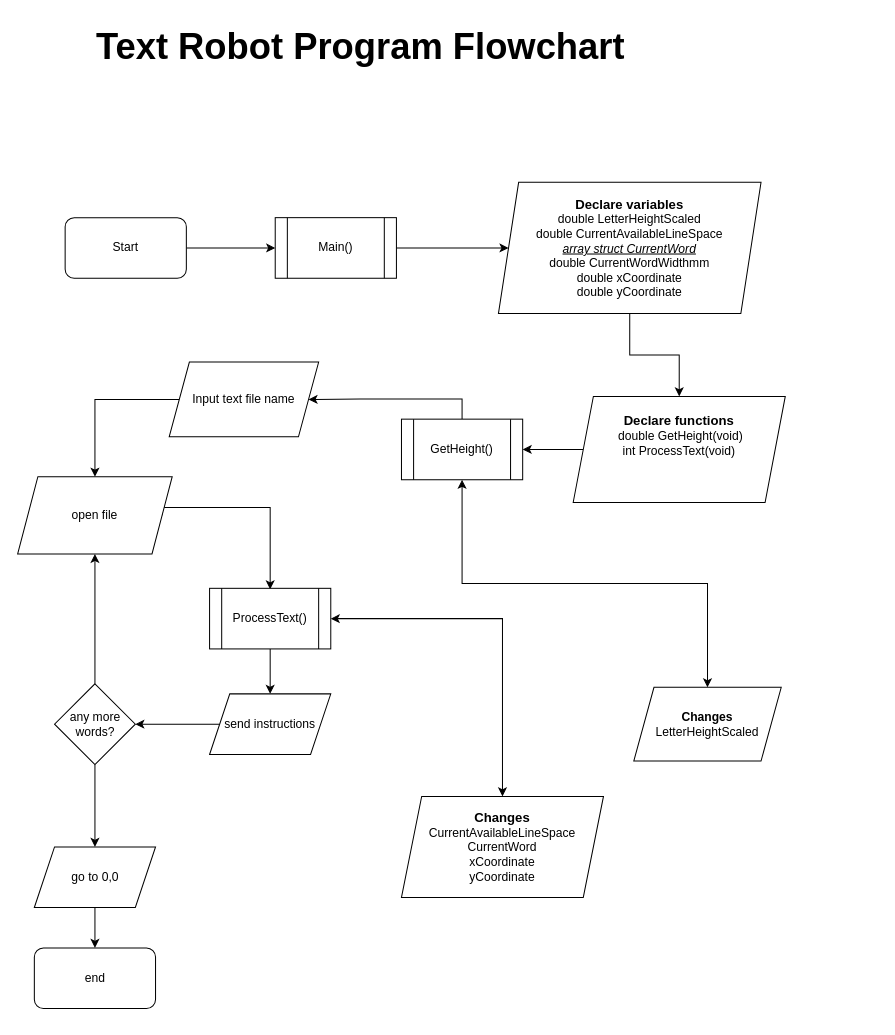
Before: page "Page-1" (1 of 2) of TextRobotFlowchart.drawio in hanifadelekan/TextRobotPlanning, a draw.io diagram. Source tidied: cells renumbered, new cells numbered last; positions are measured from the earlier drawing's top-left corner, leaving out a move shared by most shapes. Both pictures are drawn from the tidied source at 101%, with x=0, y=0 at pixel (17, 17).
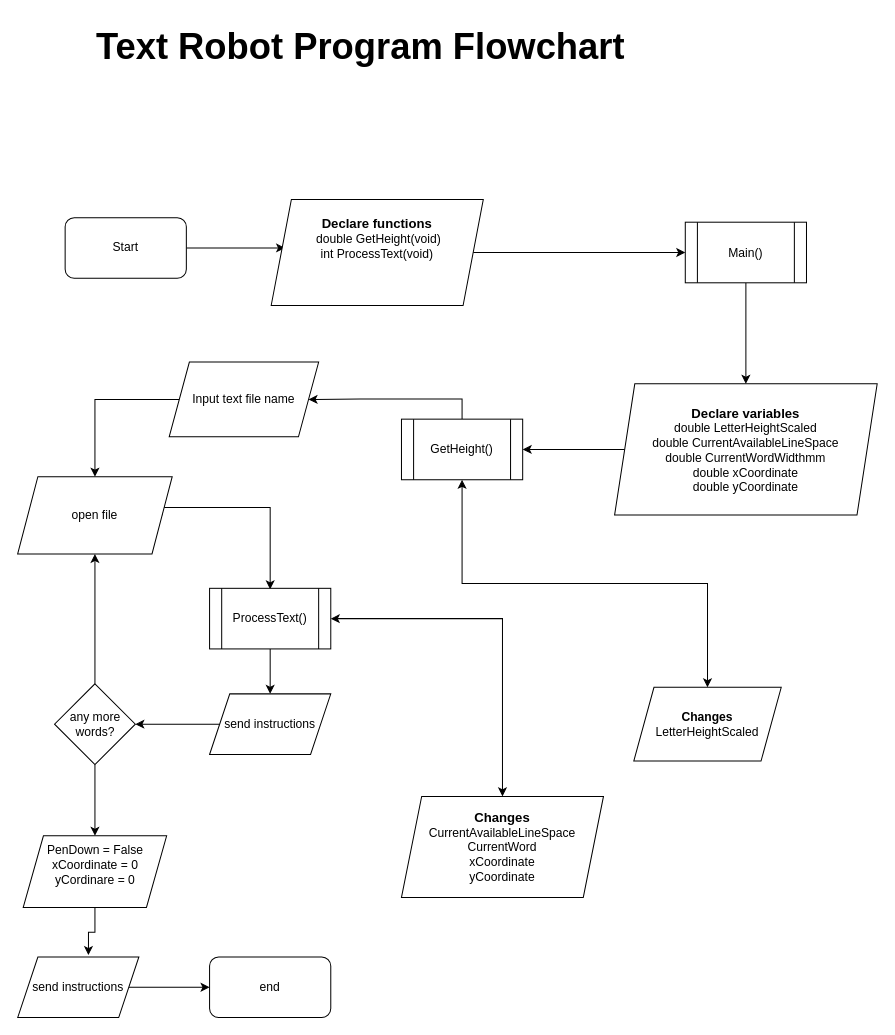
Above is the later version.

The change refers to these unchanged cells:
```xml
<mxCell id="3" value="Start" style="rounded=1;whiteSpace=wrap;html=1;" parent="1" vertex="1">
  <mxGeometry x="47" y="198" width="120" height="60" as="geometry" />
</mxCell>
<mxCell id="12" value="GetHeight()" style="shape=process;whiteSpace=wrap;html=1;backgroundOutline=1;" parent="1" vertex="1">
  <mxGeometry x="380" y="397.5" width="120" height="60" as="geometry" />
</mxCell>
```

Change to the diagram source:
```diff
@@
-    <mxCell id="2" style="edgeStyle=orthogonalEdgeStyle;rounded=0;jettySize=auto;html=1;exitX=1;exitY=0.5;exitDx=0;exitDy=0;entryX=0;entryY=0.5;entryDx=0;entryDy=0;" parent="1" edge="1" source="3" target="5">
-      <mxGeometry relative="1" as="geometry" />
+    <mxCell id="2" style="edgeStyle=orthogonalEdgeStyle;rounded=0;jettySize=auto;html=1;exitX=1;exitY=0.5;exitDx=0;exitDy=0;entryX=0;entryY=0.5;entryDx=0;entryDy=0;" parent="1" edge="1" source="3">
+      <mxGeometry relative="1" as="geometry">
+        <mxPoint x="264.8" y="228" as="targetPoint" />
+      </mxGeometry>
     </mxCell>
@@
-    <mxCell id="4" style="edgeStyle=orthogonalEdgeStyle;rounded=0;jettySize=auto;html=1;exitX=1;exitY=0.5;exitDx=0;exitDy=0;entryX=0;entryY=0.5;entryDx=0;entryDy=0;" parent="1" edge="1" source="5" target="7">
-      <mxGeometry relative="1" as="geometry" />
-    </mxCell>
-    <mxCell id="5" value="Main()" style="rounded=0;whiteSpace=wrap;html=1;shape=process;backgroundOutline=1;" parent="1" vertex="1">
-      <mxGeometry x="255" y="198" width="120" height="60" as="geometry" />
-    </mxCell>
-    <mxCell id="6" style="edgeStyle=orthogonalEdgeStyle;rounded=0;jettySize=auto;html=1;exitX=0.5;exitY=1;exitDx=0;exitDy=0;entryX=0.5;entryY=0;entryDx=0;entryDy=0;" parent="1" edge="1" source="7" target="9">
-      <mxGeometry relative="1" as="geometry" />
-    </mxCell>
-    <mxCell id="7" value="&lt;b&gt;&lt;font style=&quot;font-size: 13px;&quot;&gt;Declare variables&lt;/font&gt;&lt;/b&gt;&lt;div&gt;double LetterHeightScaled&lt;/div&gt;&lt;div&gt;double CurrentAvailableLineSpace&lt;/div&gt;&lt;div&gt;&lt;i style=&quot;&quot;&gt;&lt;u&gt;array struct CurrentWord&lt;/u&gt;&lt;/i&gt;&lt;/div&gt;&lt;div&gt;double CurrentWordWidthmm&lt;/div&gt;&lt;div&gt;double xCoordinate&lt;/div&gt;&lt;div&gt;double yCoordinate&lt;/div&gt;" style="shape=parallelogram;perimeter=parallelogramPerimeter;whiteSpace=wrap;html=1;fixedSize=1;rounded=0;" parent="1" vertex="1">
-      <mxGeometry x="476" y="163" width="260" height="130" as="geometry" />
-    </mxCell>
-    <mxCell id="8" style="edgeStyle=orthogonalEdgeStyle;rounded=0;jettySize=auto;html=1;exitX=0;exitY=0.5;exitDx=0;exitDy=0;entryX=1;entryY=0.5;entryDx=0;entryDy=0;" parent="1" edge="1" source="9" target="12">
+    <mxCell id="8" style="edgeStyle=orthogonalEdgeStyle;rounded=0;jettySize=auto;html=1;entryX=1;entryY=0.5;entryDx=0;entryDy=0;" parent="1" edge="1" source="33" target="12">
       <mxGeometry relative="1" as="geometry" />
     </mxCell>
+    <mxCell id="31" style="edgeStyle=orthogonalEdgeStyle;rounded=0;jettySize=auto;html=1;exitX=1;exitY=0.5;exitDx=0;exitDy=0;entryX=0;entryY=0.5;entryDx=0;entryDy=0;" parent="1" edge="1" source="9" target="5">
+      <mxGeometry relative="1" as="geometry" />
+    </mxCell>
     <mxCell id="9" value="&lt;b&gt;&lt;font style=&quot;font-size: 13px;&quot;&gt;Declare functions&lt;/font&gt;&lt;/b&gt;&lt;div&gt;&amp;nbsp;double GetHeight(void)&lt;/div&gt;&lt;div&gt;int ProcessText(void)&lt;br&gt;&lt;div&gt;&lt;br&gt;&lt;/div&gt;&lt;/div&gt;&lt;div&gt;&lt;br&gt;&lt;/div&gt;" style="whiteSpace=wrap;html=1;rounded=0;shape=parallelogram;backgroundOutline=1;perimeter=parallelogramPerimeter;fixedSize=1;" parent="1" vertex="1">
-      <mxGeometry x="550" y="375" width="210" height="105" as="geometry" />
+      <mxGeometry x="251" y="180" width="210" height="105" as="geometry" />
     </mxCell>
@@
-    <mxCell id="22" style="edgeStyle=orthogonalEdgeStyle;rounded=0;jettySize=auto;html=1;exitX=0.5;exitY=1;exitDx=0;exitDy=0;entryX=0.5;entryY=0;entryDx=0;entryDy=0;" parent="1" edge="1" source="23" target="24">
-      <mxGeometry relative="1" as="geometry" />
-    </mxCell>
-    <mxCell id="23" value="go to 0,0" style="shape=parallelogram;perimeter=parallelogramPerimeter;whiteSpace=wrap;html=1;fixedSize=1;" parent="1" vertex="1">
-      <mxGeometry x="16.5" y="821" width="120" height="60" as="geometry" />
+    <mxCell id="23" value="&lt;div&gt;PenDown = False&lt;br&gt;&lt;/div&gt;xCoordinate = 0&lt;div&gt;yCordinare = 0&lt;/div&gt;&lt;div&gt;&lt;br&gt;&lt;/div&gt;" style="shape=parallelogram;perimeter=parallelogramPerimeter;whiteSpace=wrap;html=1;fixedSize=1;" parent="1" vertex="1">
+      <mxGeometry x="5.5" y="810" width="142" height="71" as="geometry" />
     </mxCell>
     <mxCell id="24" value="end" style="rounded=1;whiteSpace=wrap;html=1;" parent="1" vertex="1">
-      <mxGeometry x="16.5" y="921" width="120" height="60" as="geometry" />
+      <mxGeometry x="190" y="930" width="120" height="60" as="geometry" />
     </mxCell>
@@
+    <mxCell id="32" style="edgeStyle=orthogonalEdgeStyle;rounded=0;jettySize=auto;html=1;exitX=0.5;exitY=1;exitDx=0;exitDy=0;entryX=0.5;entryY=0;entryDx=0;entryDy=0;" parent="1" edge="1" source="5" target="33">
+      <mxGeometry relative="1" as="geometry" />
+    </mxCell>
+    <mxCell id="5" value="Main()" style="rounded=0;whiteSpace=wrap;html=1;shape=process;backgroundOutline=1;" parent="1" vertex="1">
+      <mxGeometry x="661" y="202.5" width="120" height="60" as="geometry" />
+    </mxCell>
+    <mxCell id="33" value="&lt;b&gt;&lt;font style=&quot;font-size: 13px;&quot;&gt;Declare variables&lt;/font&gt;&lt;/b&gt;&lt;div&gt;double LetterHeightScaled&lt;/div&gt;&lt;div&gt;double CurrentAvailableLineSpace&lt;/div&gt;&lt;div&gt;double CurrentWordWidthmm&lt;/div&gt;&lt;div&gt;double xCoordinate&lt;/div&gt;&lt;div&gt;double yCoordinate&lt;/div&gt;" style="shape=parallelogram;perimeter=parallelogramPerimeter;whiteSpace=wrap;html=1;fixedSize=1;rounded=0;" parent="1" vertex="1">
+      <mxGeometry x="591" y="362.5" width="260" height="130" as="geometry" />
+    </mxCell>
+    <mxCell id="34" style="edgeStyle=orthogonalEdgeStyle;rounded=0;jettySize=auto;html=1;exitX=1;exitY=0.5;exitDx=0;exitDy=0;" parent="1" edge="1" source="35" target="24">
+      <mxGeometry relative="1" as="geometry" />
+    </mxCell>
+    <mxCell id="35" value="send instructions" style="shape=parallelogram;perimeter=parallelogramPerimeter;whiteSpace=wrap;html=1;fixedSize=1;" parent="1" vertex="1">
+      <mxGeometry y="930" width="120" height="60" as="geometry" />
+    </mxCell>
+    <mxCell id="36" style="edgeStyle=orthogonalEdgeStyle;rounded=0;jettySize=auto;html=1;exitX=0.5;exitY=1;exitDx=0;exitDy=0;entryX=0.584;entryY=-0.031;entryDx=0;entryDy=0;entryPerimeter=0;" parent="1" edge="1" source="23" target="35">
+      <mxGeometry relative="1" as="geometry" />
+    </mxCell>
```
